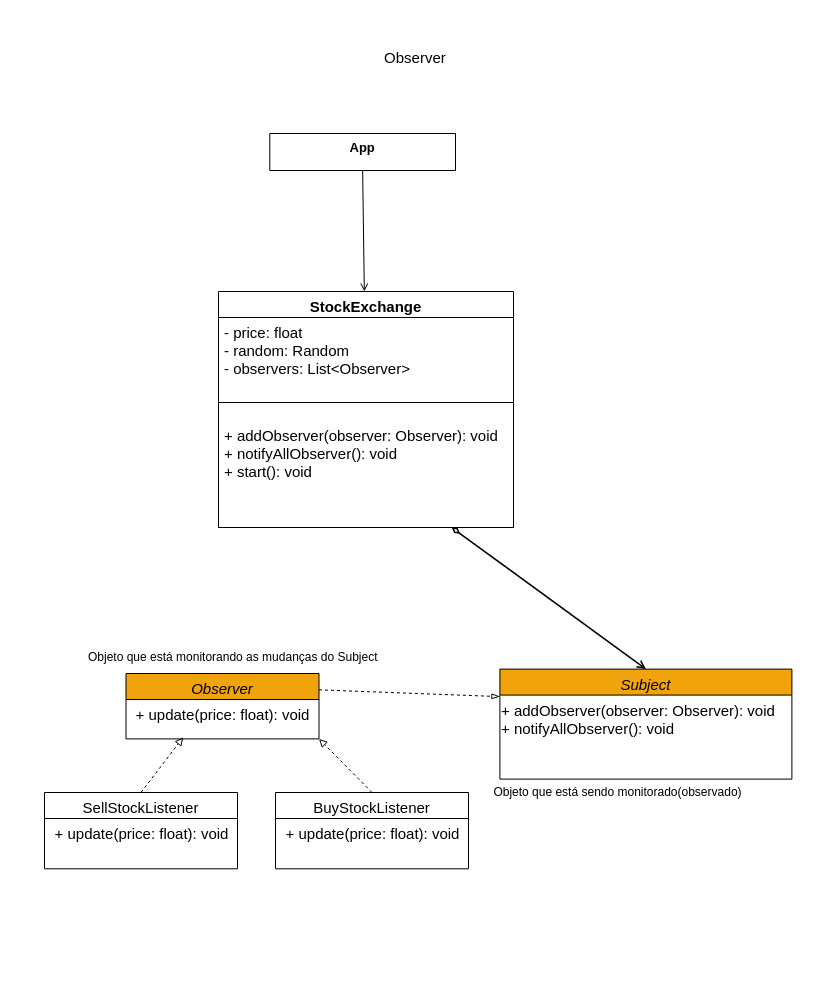
This is Engenharia de Software 3/observer/observer.drawio from Simonehk/Bertoti, a draw.io file, before an edit. Source tidied: cells renumbered, new cells numbered last; positions are measured from the earlier drawing's top-left corner, leaving out a move shared by most shapes. Both pictures are drawn from the tidied source at 100%, with x=0, y=0 at pixel (17, 17).
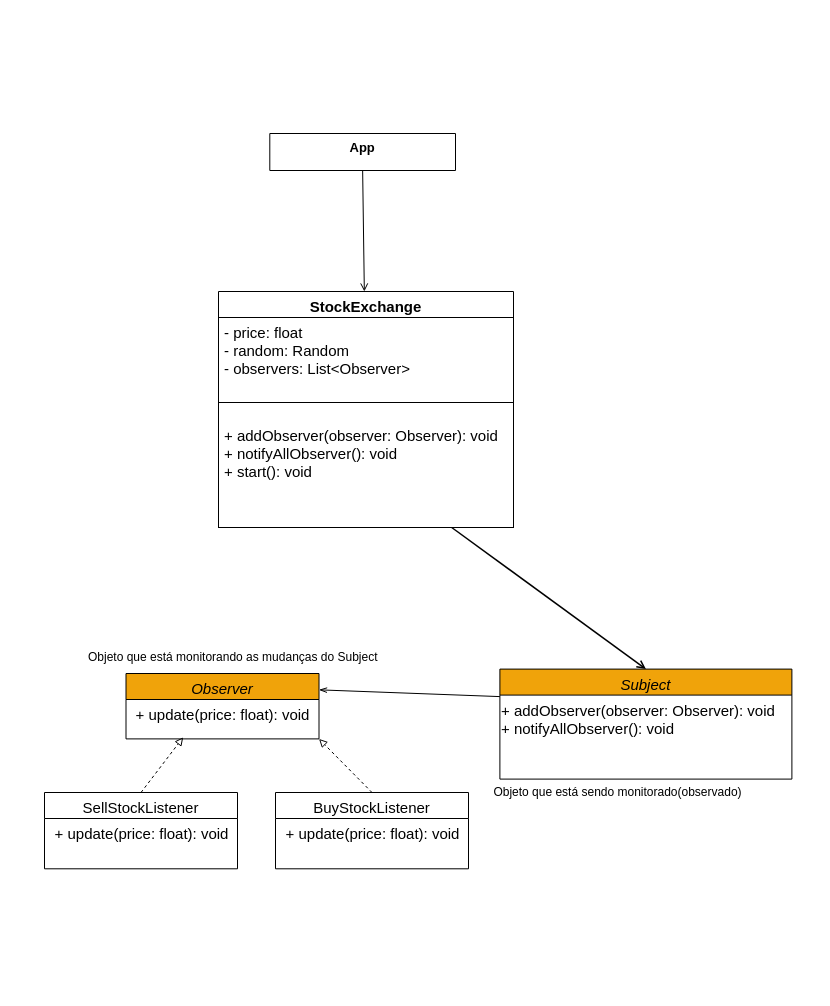
The same page after the edit.

Commit message (it also covers changes not shown here):
fix: observer uml

The change refers to these unchanged cells:
```xml
<mxCell id="2" style="group;fillColor=none;align=left;" parent="1" vertex="1">
  <mxGeometry width="796" height="972" as="geometry" />
</mxCell>
<mxCell id="4" value="Observer" style="swimlane;fontStyle=2;align=center;verticalAlign=top;horizontal=1;startSize=26;rounded=0;shadow=0;strokeWidth=1;fillColor=#f0a30a;strokeColor=#000000;fontColor=#000000;fontSize=15;" parent="2" vertex="1">
  <mxGeometry x="108.5" y="656" width="193" height="65.4" as="geometry" />
</mxCell>
<mxCell id="6" value="Subject" style="swimlane;fontStyle=2;align=center;verticalAlign=top;horizontal=1;startSize=26;rounded=0;shadow=0;strokeWidth=1;fillColor=#f0a30a;fontColor=#000000;strokeColor=#000000;fontSize=15;" parent="2" vertex="1">
  <mxGeometry x="482.4" y="651.6" width="292" height="110" as="geometry" />
</mxCell>
<mxCell id="12" value="&#10;+ addObserver(observer: Observer): void&#10;+ notifyAllObserver(): void&#10;+ start(): void&#10;&#10;" style="text;align=left;verticalAlign=top;spacingLeft=4;spacingRight=4;overflow=hidden;points=[[0,0.5],[1,0.5]];portConstraint=eastwest;fontStyle=0;fontColor=#000000;strokeColor=#000000;fontSize=15;" parent="10" vertex="1">
  <mxGeometry y="111" width="295" height="125" as="geometry" />
</mxCell>
```

Diff of the diagram source:
```diff
@@
-    <mxCell id="8" style="edgeStyle=none;html=1;exitX=1;exitY=0.25;exitDx=0;exitDy=0;entryX=0;entryY=0.25;entryDx=0;entryDy=0;endArrow=blockThin;endFill=0;fontColor=#000000;strokeColor=#000000;dashed=1;" parent="2" edge="1" source="4" target="6">
+    <mxCell id="8" style="edgeStyle=none;html=1;exitX=1;exitY=0.25;exitDx=0;exitDy=0;entryX=0;entryY=0.25;entryDx=0;entryDy=0;endArrow=none;endFill=0;fontColor=#000000;strokeColor=#000000;startArrow=openThin;startFill=0;" parent="2" edge="1" source="4" target="6">
       <mxGeometry relative="1" as="geometry" />
     </mxCell>
-    <mxCell id="9" style="edgeStyle=none;html=1;entryX=0.5;entryY=0;entryDx=0;entryDy=0;endArrow=open;endFill=0;fontColor=#000000;strokeColor=#000000;startArrow=diamondThin;startFill=0;strokeWidth=1.5;" parent="2" edge="1" source="12" target="6">
+    <mxCell id="9" style="edgeStyle=none;html=1;entryX=0.5;entryY=0;entryDx=0;entryDy=0;endArrow=open;endFill=0;fontColor=#000000;strokeColor=#000000;startArrow=none;startFill=0;strokeWidth=1.5;" parent="2" edge="1" source="12" target="6">
       <mxGeometry relative="1" as="geometry" />
     </mxCell>
@@
-    <mxCell id="22" value="Observer" style="text;align=center;verticalAlign=middle;spacingLeft=4;spacingRight=4;overflow=hidden;fontColor=#000000;strokeColor=#FFFFFF;fontSize=15;" parent="2" vertex="1">
+    <mxCell id="22" style="text;align=center;verticalAlign=middle;spacingLeft=4;spacingRight=4;overflow=hidden;fontColor=#000000;strokeColor=#FFFFFF;fontSize=15;" parent="2" vertex="1">
       <mxGeometry x="205" y="18" width="385.9" height="43.6" as="geometry" />
     </mxCell>
```
